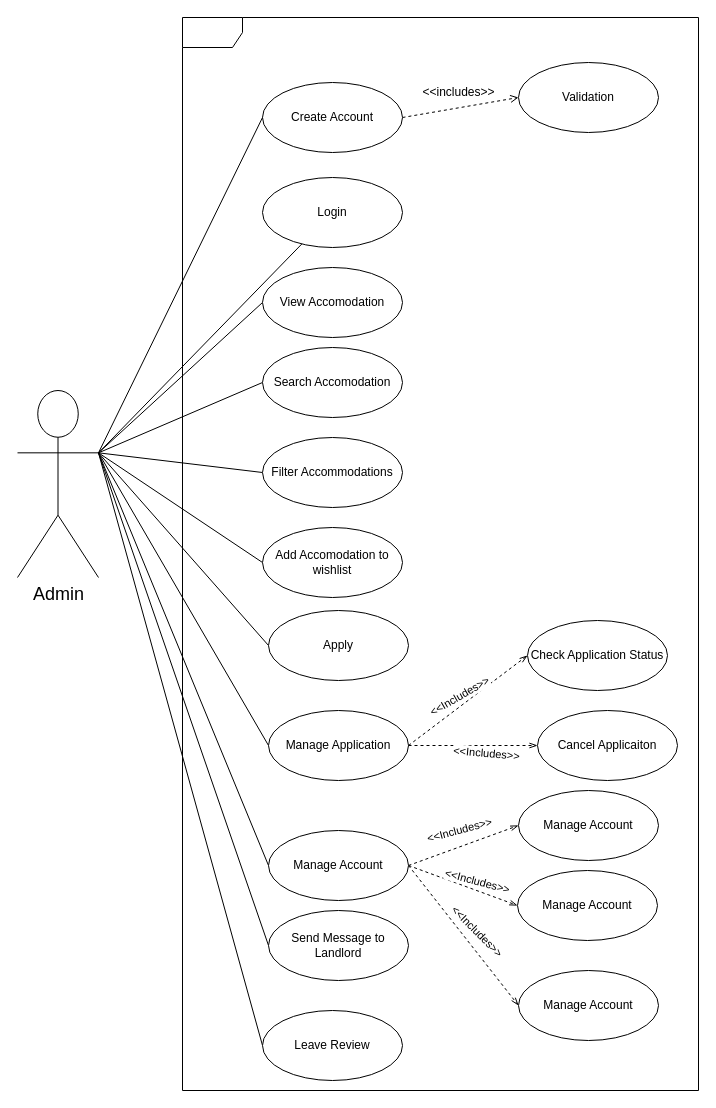
This is StudentUseCase.drawio from SETHU60/cput_accomodation_application, a draw.io file, before an edit. Source tidied: cells renumbered, new cells numbered last; positions are measured from the earlier drawing's top-left corner, leaving out a move shared by most shapes. Both pictures are drawn from the tidied source at 100%, with x=0, y=0 at pixel (17, 17).
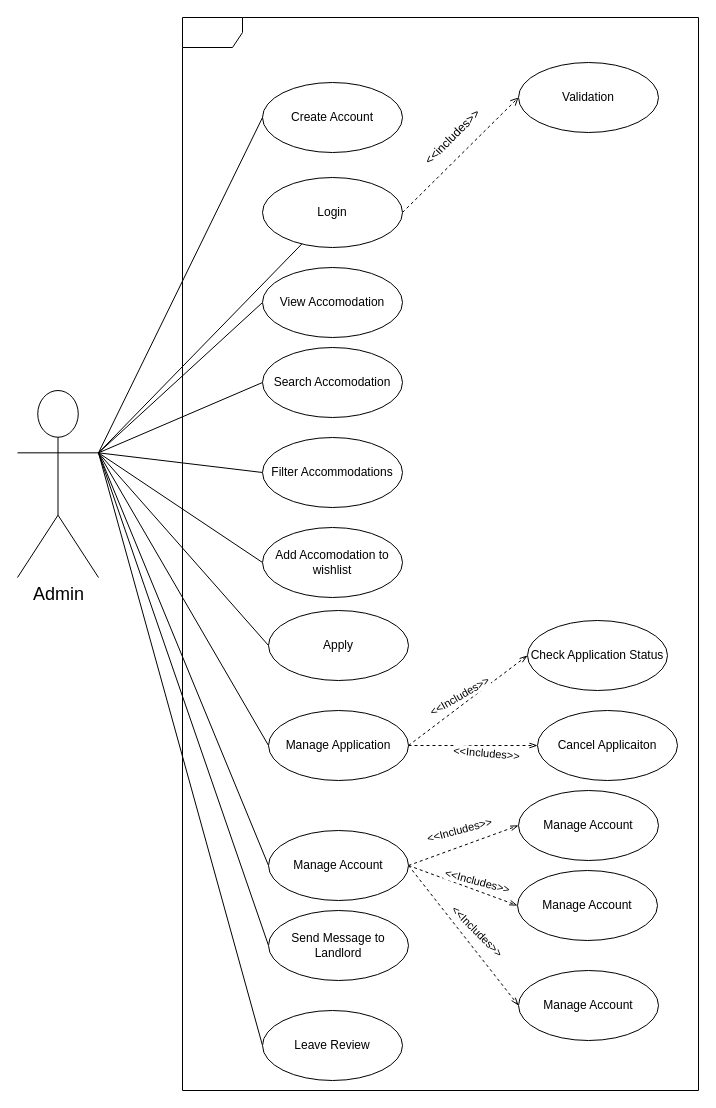
Above is the later version.

Commit message:
Fixed Verification Error

Unchanged cells that the change refers to:
```xml
<mxCell id="15" value="Create Account" style="ellipse;whiteSpace=wrap;html=1;" parent="1" vertex="1">
  <mxGeometry x="245" y="65" width="140" height="70" as="geometry" />
</mxCell>
<mxCell id="17" value="Validation" style="ellipse;whiteSpace=wrap;html=1;" parent="1" vertex="1">
  <mxGeometry x="501" y="45" width="140" height="70" as="geometry" />
</mxCell>
<mxCell id="19" value="Login" style="ellipse;whiteSpace=wrap;html=1;" parent="1" vertex="1">
  <mxGeometry x="245" y="160" width="140" height="70" as="geometry" />
</mxCell>
```

Diff of the diagram source:
```diff
@@
-    <mxCell id="14" style="rounded=0;jettySize=auto;html=1;exitX=1;exitY=0.5;exitDx=0;exitDy=0;entryX=0;entryY=0.5;entryDx=0;entryDy=0;endArrow=open;endFill=0;dashed=1;" parent="1" edge="1" source="15" target="17">
+    <mxCell id="14" style="rounded=0;jettySize=auto;html=1;exitX=1;exitY=0.5;exitDx=0;exitDy=0;entryX=0;entryY=0.5;entryDx=0;entryDy=0;endArrow=open;endFill=0;dashed=1;" parent="1" edge="1" source="19" target="17">
       <mxGeometry relative="1" as="geometry" />
     </mxCell>
@@
-    <mxCell id="18" value="&amp;lt;&amp;lt;includes&amp;gt;&amp;gt;" style="text;html=1;align=center;verticalAlign=middle;strokeColor=none;fillColor=none;rotation=0;" parent="1" vertex="1">
-      <mxGeometry x="391" y="60" width="100" height="30" as="geometry" />
+    <mxCell id="18" value="&amp;lt;&amp;lt;includes&amp;gt;&amp;gt;" style="text;html=1;align=center;verticalAlign=middle;strokeColor=none;fillColor=none;rotation=-45;" parent="1" vertex="1">
+      <mxGeometry x="385" y="105" width="100" height="30" as="geometry" />
     </mxCell>
```
